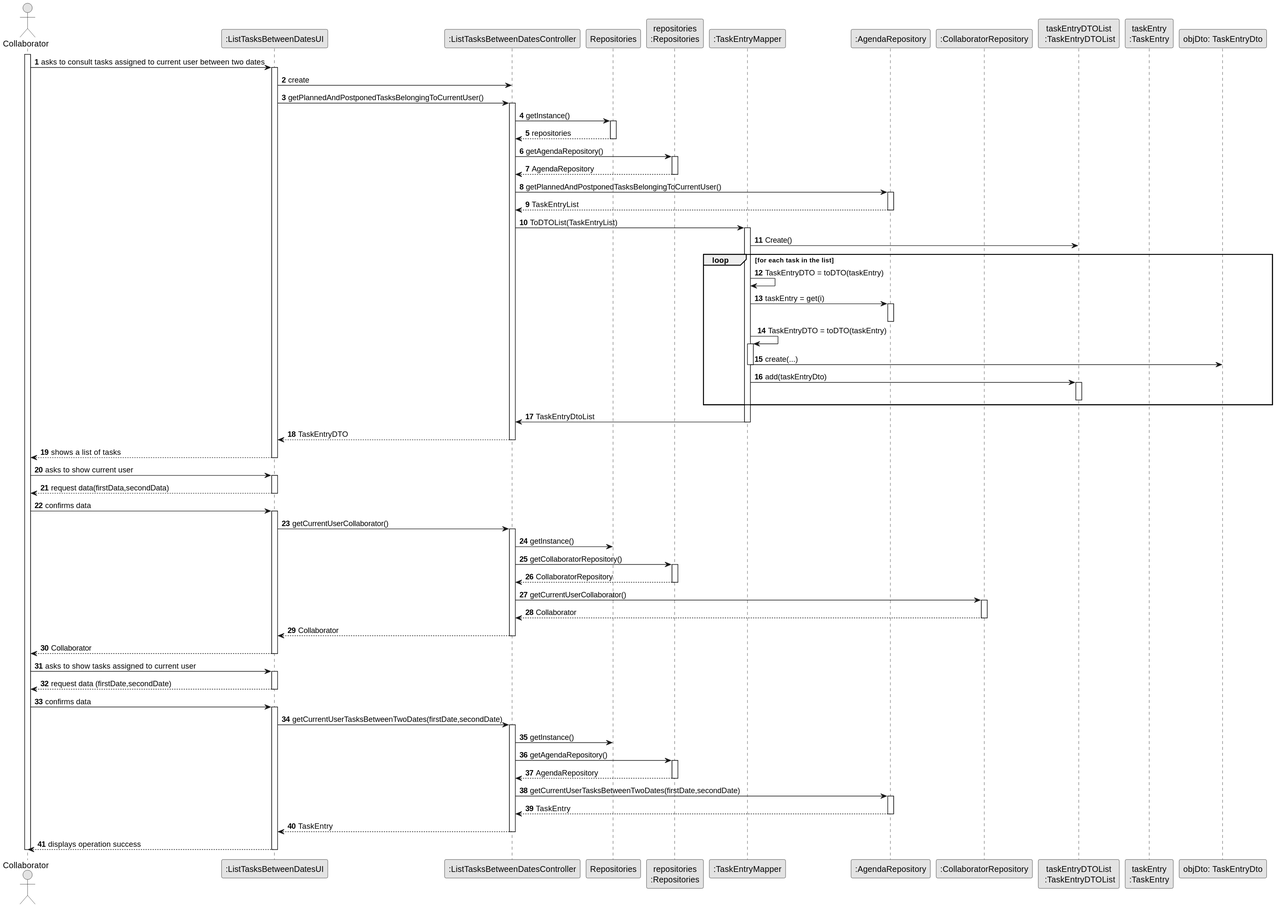
Above: docs/sprintC/us028/03.design/svg/us028-sequence-diagram-full.svg in Departamento-de-Engenharia-Informatica/lei-24-s2-1dkl-g134 (PlantUML), before the change. The source it was exported from:
```plantuml
@startuml
skinparam monochrome true
skinparam packageStyle rectangle
skinparam shadowing false

autonumber

actor "Collaborator" as ADM
participant ":ListTasksBetweenDatesUI" as UI
participant ":ListTasksBetweenDatesController" as CTRL
participant "Repositories" as RepositorySingleton
participant "repositories\n:Repositories" as PLAT
participant ":TaskEntryMapper" as MAP
participant ":AgendaRepository" as URG
participant ":CollaboratorRepository" as CollaboratorRepository
participant "taskEntryDTOList\n :TaskEntryDTOList" as DTO

participant "taskEntry\n:TaskEntry" as TASK
participant "objDto: TaskEntryDto" as GDTO


activate ADM

    ADM -> UI : asks to consult tasks assigned to current user between two dates
    activate UI
        UI -> CTRL : create
        UI -> CTRL : getPlannedAndPostponedTasksBelongingToCurrentUser()
        activate CTRL

            CTRL -> RepositorySingleton : getInstance()
            activate RepositorySingleton

                RepositorySingleton --> CTRL : repositories
            deactivate RepositorySingleton

            CTRL -> PLAT : getAgendaRepository()
            activate PLAT

                PLAT --> CTRL : AgendaRepository
            deactivate PLAT

            CTRL -> URG : getPlannedAndPostponedTasksBelongingToCurrentUser()
            activate URG

                URG --> CTRL : TaskEntryList
            deactivate URG

            CTRL -> MAP : ToDTOList(TaskEntryList)
            activate MAP
                MAP -> DTO: Create()
                loop for each task in the list
                    MAP -> MAP: TaskEntryDTO = toDTO(taskEntry)
                MAP -> URG: taskEntry = get(i)
                activate URG
                deactivate URG
                MAP -> MAP: TaskEntryDTO = toDTO(taskEntry)
                activate MAP
                MAP -> GDTO: create(...)
                deactivate MAP
                MAP -> DTO: add(taskEntryDto)

                activate DTO
                deactivate DTO
                end
                MAP -> CTRL: TaskEntryDtoList
            deactivate MAP

            CTRL --> UI : TaskEntryDTO
        deactivate CTRL

        UI --> ADM : shows a list of tasks
    deactivate UI
ADM -> UI : asks to show current user
activate UI

        UI --> ADM : request data(firstData,secondData)
    deactivate UI

    ADM -> UI : confirms data
    activate UI
     UI -> CTRL :getCurrentUserCollaborator()
            activate CTRL

             CTRL -> RepositorySingleton : getInstance()


                CTRL -> PLAT : getCollaboratorRepository()
                  activate PLAT
                 PLAT --> CTRL : CollaboratorRepository
                 deactivate PLAT

                CTRL -> CollaboratorRepository : getCurrentUserCollaborator()
                activate CollaboratorRepository

                           CollaboratorRepository --> CTRL : Collaborator
                           deactivate CollaboratorRepository
        CTRL --> UI : Collaborator
            deactivate CTRL

                UI --> ADM : Collaborator
            deactivate UI

         ADM -> UI : asks to show tasks assigned to current user
            activate UI
            UI --> ADM: request data (firstDate,secondDate)
            deactivate UI

            ADM -> UI : confirms data
                        activate UI


             UI -> CTRL :getCurrentUserTasksBetweenTwoDates(firstDate,secondDate)
                    activate CTRL

                     CTRL -> RepositorySingleton : getInstance()


                        CTRL -> PLAT : getAgendaRepository()
                          activate PLAT
                         PLAT --> CTRL :AgendaRepository
                         deactivate PLAT

                        CTRL -> URG : getCurrentUserTasksBetweenTwoDates(firstDate,secondDate)
                        activate URG

                                   URG --> CTRL : TaskEntry
                                   deactivate URG
                CTRL --> UI : TaskEntry
                    deactivate CTRL

                        UI --> ADM : displays operation success
                    deactivate UI
                deactivate ADM
@enduml
```
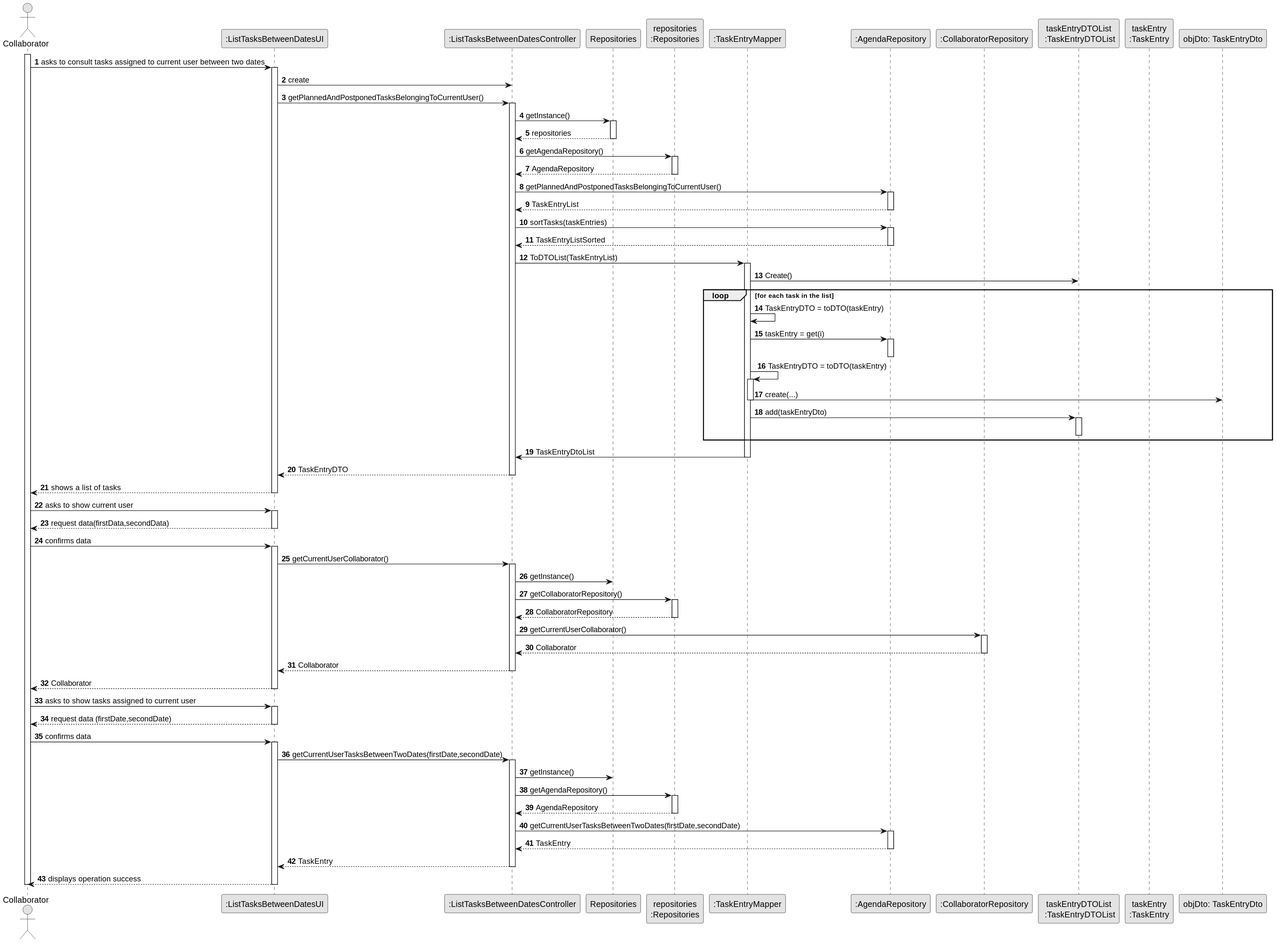
The same diagram one commit later.

What changed in the source:
```diff
@@ -44,6 +44,12 @@
 
                 URG --> CTRL : TaskEntryList
             deactivate URG
+
+             CTRL -> URG :  sortTasks(taskEntries)
+                        activate URG
+
+                            URG --> CTRL : TaskEntryListSorted
+                        deactivate URG
 
             CTRL -> MAP : ToDTOList(TaskEntryList)
             activate MAP
```
